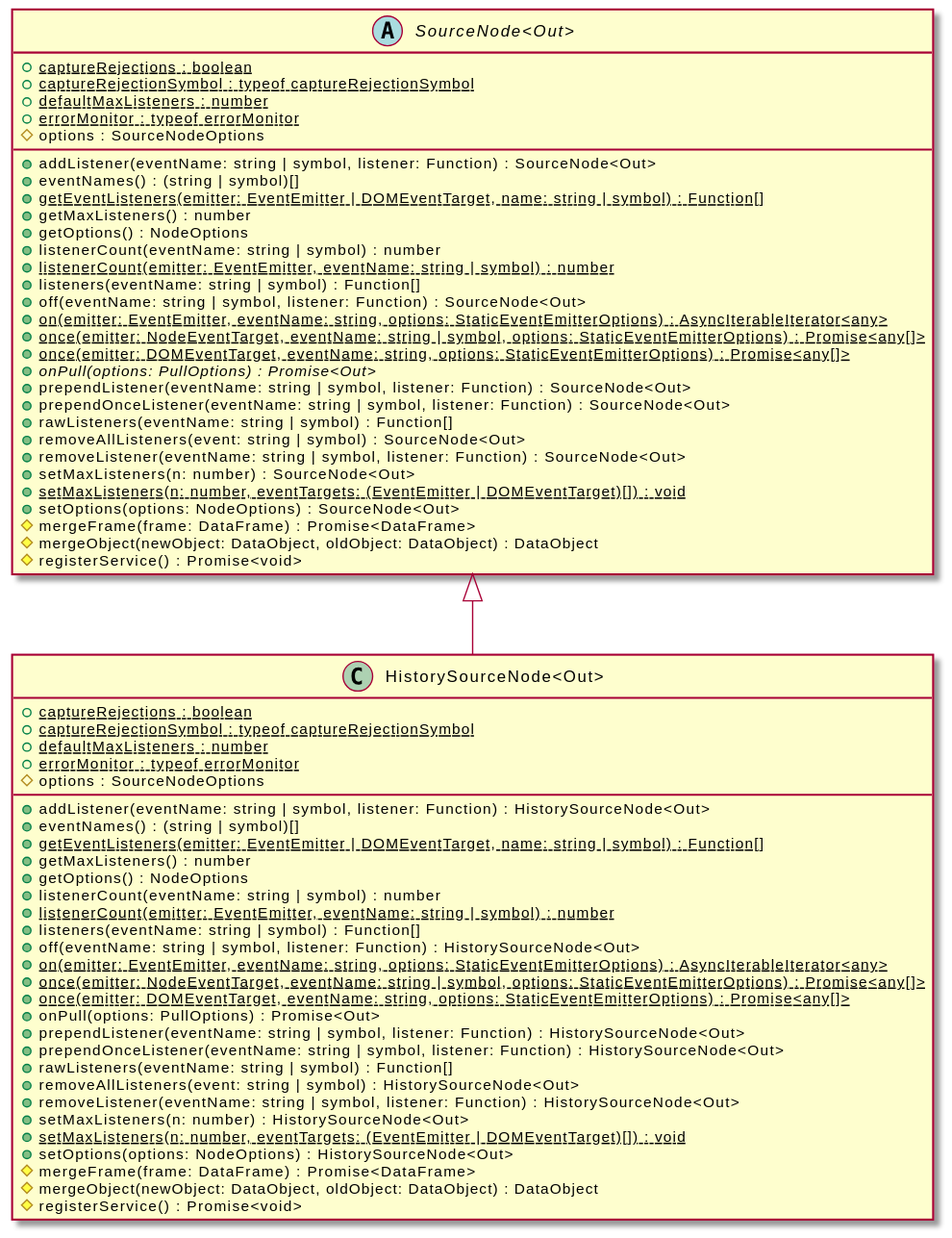
OpenHPS/openhps-core keeps this PlantUML diagram as assets/HistorySourceNode-umlClassDiagram-12755.svg. Above is the earlier version. Source of this version:
```plantuml
@startuml
skinparam BackgroundColor transparent
hide empty methods
hide empty fields
class "HistorySourceNode<Out>" {
    {static} +captureRejections : boolean
    {static} +captureRejectionSymbol : typeof captureRejectionSymbol
    {static} +defaultMaxListeners : number
    {static} +errorMonitor : typeof errorMonitor
    #options : SourceNodeOptions
    +addListener(eventName: string | symbol, listener: Function) : HistorySourceNode<Out>
    +eventNames() : (string | symbol)[]
    {static} +getEventListeners(emitter: EventEmitter | DOMEventTarget, name: string | symbol) : Function[]
    +getMaxListeners() : number
    +getOptions() : NodeOptions
    +listenerCount(eventName: string | symbol) : number
    {static} +listenerCount(emitter: EventEmitter, eventName: string | symbol) : number
    +listeners(eventName: string | symbol) : Function[]
    +off(eventName: string | symbol, listener: Function) : HistorySourceNode<Out>
    {static} +on(emitter: EventEmitter, eventName: string, options: StaticEventEmitterOptions) : AsyncIterableIterator<any>
    {static} +once(emitter: NodeEventTarget, eventName: string | symbol, options: StaticEventEmitterOptions) : Promise<any[]>
    {static} +once(emitter: DOMEventTarget, eventName: string, options: StaticEventEmitterOptions) : Promise<any[]>
    +onPull(options: PullOptions) : Promise<Out>
    +prependListener(eventName: string | symbol, listener: Function) : HistorySourceNode<Out>
    +prependOnceListener(eventName: string | symbol, listener: Function) : HistorySourceNode<Out>
    +rawListeners(eventName: string | symbol) : Function[]
    +removeAllListeners(event: string | symbol) : HistorySourceNode<Out>
    +removeListener(eventName: string | symbol, listener: Function) : HistorySourceNode<Out>
    +setMaxListeners(n: number) : HistorySourceNode<Out>
    {static} +setMaxListeners(n: number, eventTargets: (EventEmitter | DOMEventTarget)[]) : void
    +setOptions(options: NodeOptions) : HistorySourceNode<Out>
    #mergeFrame(frame: DataFrame) : Promise<DataFrame>
    #mergeObject(newObject: DataObject, oldObject: DataObject) : DataObject
    #registerService() : Promise<void>
}
abstract class "SourceNode<Out>" {
    {static} +captureRejections : boolean
    {static} +captureRejectionSymbol : typeof captureRejectionSymbol
    {static} +defaultMaxListeners : number
    {static} +errorMonitor : typeof errorMonitor
    #options : SourceNodeOptions
    +addListener(eventName: string | symbol, listener: Function) : SourceNode<Out>
    +eventNames() : (string | symbol)[]
    {static} +getEventListeners(emitter: EventEmitter | DOMEventTarget, name: string | symbol) : Function[]
    +getMaxListeners() : number
    +getOptions() : NodeOptions
    +listenerCount(eventName: string | symbol) : number
    {static} +listenerCount(emitter: EventEmitter, eventName: string | symbol) : number
    +listeners(eventName: string | symbol) : Function[]
    +off(eventName: string | symbol, listener: Function) : SourceNode<Out>
    {static} +on(emitter: EventEmitter, eventName: string, options: StaticEventEmitterOptions) : AsyncIterableIterator<any>
    {static} +once(emitter: NodeEventTarget, eventName: string | symbol, options: StaticEventEmitterOptions) : Promise<any[]>
    {static} +once(emitter: DOMEventTarget, eventName: string, options: StaticEventEmitterOptions) : Promise<any[]>
    {abstract} +onPull(options: PullOptions) : Promise<Out>
    +prependListener(eventName: string | symbol, listener: Function) : SourceNode<Out>
    +prependOnceListener(eventName: string | symbol, listener: Function) : SourceNode<Out>
    +rawListeners(eventName: string | symbol) : Function[]
    +removeAllListeners(event: string | symbol) : SourceNode<Out>
    +removeListener(eventName: string | symbol, listener: Function) : SourceNode<Out>
    +setMaxListeners(n: number) : SourceNode<Out>
    {static} +setMaxListeners(n: number, eventTargets: (EventEmitter | DOMEventTarget)[]) : void
    +setOptions(options: NodeOptions) : SourceNode<Out>
    #mergeFrame(frame: DataFrame) : Promise<DataFrame>
    #mergeObject(newObject: DataObject, oldObject: DataObject) : DataObject
    #registerService() : Promise<void>
}
"SourceNode<Out>" <|-- "HistorySourceNode<Out>"
@enduml
```
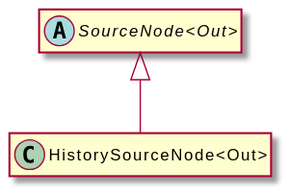
The same diagram one commit later.

The edit, as a diff of the source:
```diff
@@ -3,66 +3,8 @@
 hide empty methods
 hide empty fields
 class "HistorySourceNode<Out>" {
-    {static} +captureRejections : boolean
-    {static} +captureRejectionSymbol : typeof captureRejectionSymbol
-    {static} +defaultMaxListeners : number
-    {static} +errorMonitor : typeof errorMonitor
-    #options : SourceNodeOptions
-    +addListener(eventName: string | symbol, listener: Function) : HistorySourceNode<Out>
-    +eventNames() : (string | symbol)[]
-    {static} +getEventListeners(emitter: EventEmitter | DOMEventTarget, name: string | symbol) : Function[]
-    +getMaxListeners() : number
-    +getOptions() : NodeOptions
-    +listenerCount(eventName: string | symbol) : number
-    {static} +listenerCount(emitter: EventEmitter, eventName: string | symbol) : number
-    +listeners(eventName: string | symbol) : Function[]
-    +off(eventName: string | symbol, listener: Function) : HistorySourceNode<Out>
-    {static} +on(emitter: EventEmitter, eventName: string, options: StaticEventEmitterOptions) : AsyncIterableIterator<any>
-    {static} +once(emitter: NodeEventTarget, eventName: string | symbol, options: StaticEventEmitterOptions) : Promise<any[]>
-    {static} +once(emitter: DOMEventTarget, eventName: string, options: StaticEventEmitterOptions) : Promise<any[]>
-    +onPull(options: PullOptions) : Promise<Out>
-    +prependListener(eventName: string | symbol, listener: Function) : HistorySourceNode<Out>
-    +prependOnceListener(eventName: string | symbol, listener: Function) : HistorySourceNode<Out>
-    +rawListeners(eventName: string | symbol) : Function[]
-    +removeAllListeners(event: string | symbol) : HistorySourceNode<Out>
-    +removeListener(eventName: string | symbol, listener: Function) : HistorySourceNode<Out>
-    +setMaxListeners(n: number) : HistorySourceNode<Out>
-    {static} +setMaxListeners(n: number, eventTargets: (EventEmitter | DOMEventTarget)[]) : void
-    +setOptions(options: NodeOptions) : HistorySourceNode<Out>
-    #mergeFrame(frame: DataFrame) : Promise<DataFrame>
-    #mergeObject(newObject: DataObject, oldObject: DataObject) : DataObject
-    #registerService() : Promise<void>
 }
 abstract class "SourceNode<Out>" {
-    {static} +captureRejections : boolean
-    {static} +captureRejectionSymbol : typeof captureRejectionSymbol
-    {static} +defaultMaxListeners : number
-    {static} +errorMonitor : typeof errorMonitor
-    #options : SourceNodeOptions
-    +addListener(eventName: string | symbol, listener: Function) : SourceNode<Out>
-    +eventNames() : (string | symbol)[]
-    {static} +getEventListeners(emitter: EventEmitter | DOMEventTarget, name: string | symbol) : Function[]
-    +getMaxListeners() : number
-    +getOptions() : NodeOptions
-    +listenerCount(eventName: string | symbol) : number
-    {static} +listenerCount(emitter: EventEmitter, eventName: string | symbol) : number
-    +listeners(eventName: string | symbol) : Function[]
-    +off(eventName: string | symbol, listener: Function) : SourceNode<Out>
-    {static} +on(emitter: EventEmitter, eventName: string, options: StaticEventEmitterOptions) : AsyncIterableIterator<any>
-    {static} +once(emitter: NodeEventTarget, eventName: string | symbol, options: StaticEventEmitterOptions) : Promise<any[]>
-    {static} +once(emitter: DOMEventTarget, eventName: string, options: StaticEventEmitterOptions) : Promise<any[]>
-    {abstract} +onPull(options: PullOptions) : Promise<Out>
-    +prependListener(eventName: string | symbol, listener: Function) : SourceNode<Out>
-    +prependOnceListener(eventName: string | symbol, listener: Function) : SourceNode<Out>
-    +rawListeners(eventName: string | symbol) : Function[]
-    +removeAllListeners(event: string | symbol) : SourceNode<Out>
-    +removeListener(eventName: string | symbol, listener: Function) : SourceNode<Out>
-    +setMaxListeners(n: number) : SourceNode<Out>
-    {static} +setMaxListeners(n: number, eventTargets: (EventEmitter | DOMEventTarget)[]) : void
-    +setOptions(options: NodeOptions) : SourceNode<Out>
-    #mergeFrame(frame: DataFrame) : Promise<DataFrame>
-    #mergeObject(newObject: DataObject, oldObject: DataObject) : DataObject
-    #registerService() : Promise<void>
 }
 "SourceNode<Out>" <|-- "HistorySourceNode<Out>"
 @enduml
```
